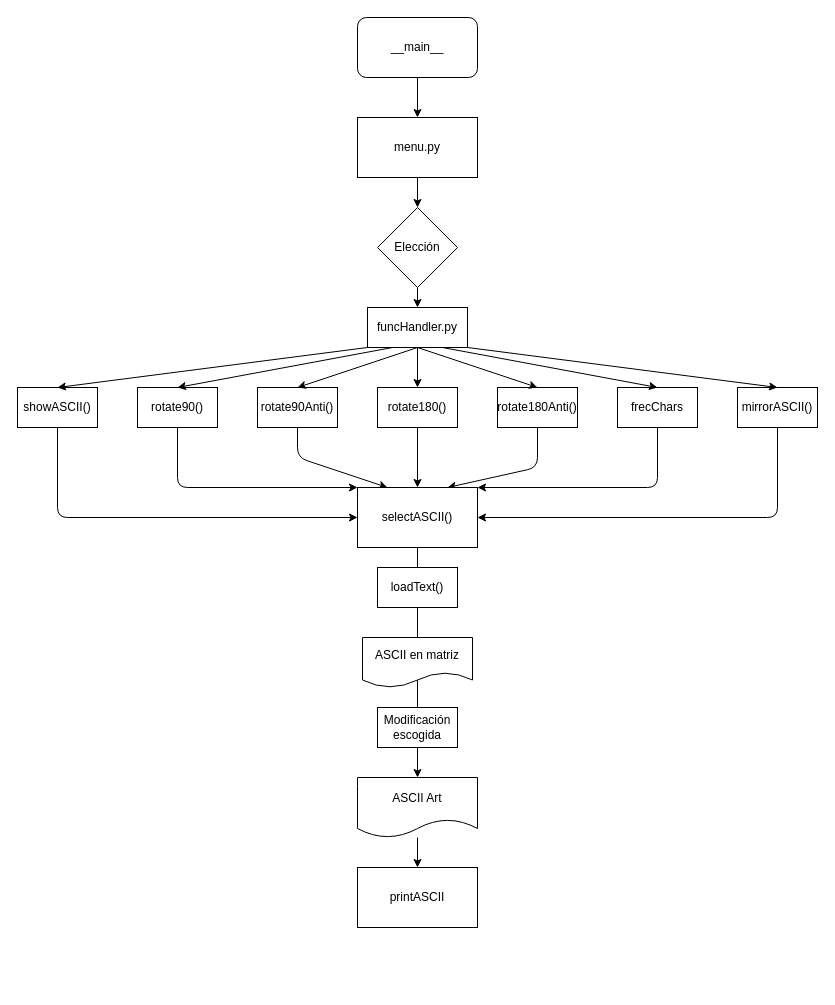
The draw.io diagram diagram.drawio in Adrian-Cespedes/PROG-4.02---Proyecto-1-G4, before the edit. Source tidied: cells renumbered, new cells numbered last; positions are measured from the earlier drawing's top-left corner, leaving out a move shared by most shapes. Both pictures are drawn from the tidied source at 100%, with x=0, y=0 at pixel (17, 17).
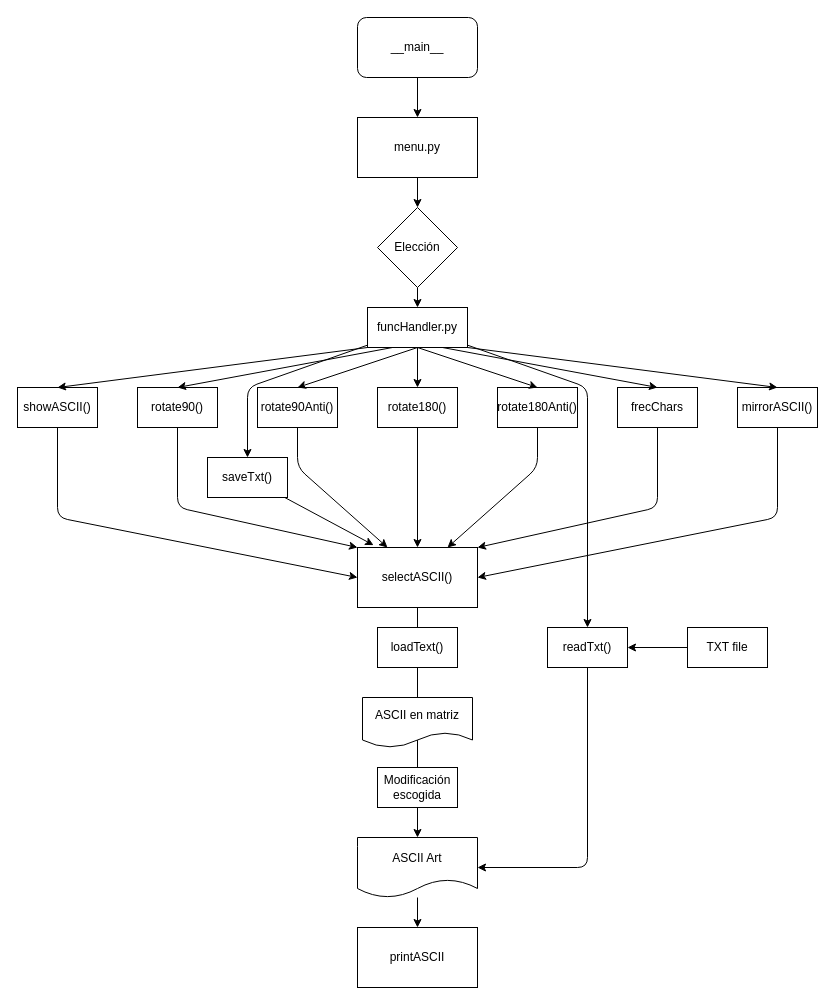
After the change.

Unchanged cells that the change refers to:
```xml
<mxCell id="11" value="rotate90()" style="rounded=0;whiteSpace=wrap;html=1;" parent="1" vertex="1">
  <mxGeometry x="120" y="370" width="80" height="40" as="geometry" />
</mxCell>
<mxCell id="13" value="rotate90Anti()" style="rounded=0;whiteSpace=wrap;html=1;" parent="1" vertex="1">
  <mxGeometry x="240" y="370" width="80" height="40" as="geometry" />
</mxCell>
<mxCell id="17" value="frecChars" style="rounded=0;whiteSpace=wrap;html=1;" parent="1" vertex="1">
  <mxGeometry x="600" y="370" width="80" height="40" as="geometry" />
</mxCell>
<mxCell id="29" value="funcHandler.py" style="rounded=0;whiteSpace=wrap;html=1;" parent="1" vertex="1">
  <mxGeometry x="350" y="290" width="100" height="40" as="geometry" />
</mxCell>
```

Diff of the diagram source:
```diff
@@
     <mxCell id="10" style="edgeStyle=none;html=1;entryX=0;entryY=0;entryDx=0;entryDy=0;" parent="1" edge="1" source="11" target="31">
       <mxGeometry relative="1" as="geometry">
         <Array as="points">
-          <mxPoint x="160" y="470" />
+          <mxPoint x="160" y="490" />
         </Array>
       </mxGeometry>
     </mxCell>
@@
     <mxCell id="12" style="edgeStyle=none;html=1;entryX=0.25;entryY=0;entryDx=0;entryDy=0;" parent="1" edge="1" source="13" target="31">
       <mxGeometry relative="1" as="geometry">
         <Array as="points">
-          <mxPoint x="280" y="440" />
+          <mxPoint x="280" y="450" />
         </Array>
       </mxGeometry>
     </mxCell>
@@
     <mxCell id="16" style="edgeStyle=none;html=1;entryX=1;entryY=0;entryDx=0;entryDy=0;" parent="1" edge="1" source="17" target="31">
       <mxGeometry relative="1" as="geometry">
         <Array as="points">
-          <mxPoint x="640" y="470" />
+          <mxPoint x="640" y="490" />
         </Array>
       </mxGeometry>
     </mxCell>
@@
+    <mxCell id="39" style="edgeStyle=none;html=1;entryX=0.5;entryY=0;entryDx=0;entryDy=0;" parent="1" edge="1" source="29" target="42">
+      <mxGeometry relative="1" as="geometry">
+        <Array as="points">
+          <mxPoint x="230" y="370" />
+        </Array>
+      </mxGeometry>
+    </mxCell>
+    <mxCell id="40" style="edgeStyle=none;html=1;entryX=0.5;entryY=0;entryDx=0;entryDy=0;" parent="1" edge="1" source="29" target="44">
+      <mxGeometry relative="1" as="geometry">
+        <Array as="points">
+          <mxPoint x="570" y="370" />
+        </Array>
+      </mxGeometry>
+    </mxCell>
@@
     <mxCell id="31" value="selectASCII()" style="rounded=0;whiteSpace=wrap;html=1;" parent="1" vertex="1">
-      <mxGeometry x="340" y="470" width="120" height="60" as="geometry" />
+      <mxGeometry x="340" y="530" width="120" height="60" as="geometry" />
     </mxCell>
@@
     <mxCell id="33" value="ASCII Art" style="shape=document;whiteSpace=wrap;html=1;boundedLbl=1;" parent="1" vertex="1">
-      <mxGeometry x="340" y="760" width="120" height="60" as="geometry" />
+      <mxGeometry x="340" y="820" width="120" height="60" as="geometry" />
     </mxCell>
     <mxCell id="34" value="Modificación escogida" style="rounded=0;whiteSpace=wrap;html=1;" parent="1" vertex="1">
-      <mxGeometry x="360" y="690" width="80" height="40" as="geometry" />
+      <mxGeometry x="360" y="750" width="80" height="40" as="geometry" />
     </mxCell>
     <mxCell id="35" value="printASCII" style="rounded=0;whiteSpace=wrap;html=1;" parent="1" vertex="1">
-      <mxGeometry x="340" y="850" width="120" height="60" as="geometry" />
+      <mxGeometry x="340" y="910" width="120" height="60" as="geometry" />
     </mxCell>
     <mxCell id="36" value="loadText()" style="rounded=0;whiteSpace=wrap;html=1;" parent="1" vertex="1">
-      <mxGeometry x="360" y="550" width="80" height="40" as="geometry" />
+      <mxGeometry x="360" y="610" width="80" height="40" as="geometry" />
     </mxCell>
@@
     <mxCell id="38" value="ASCII en matriz" style="shape=document;whiteSpace=wrap;html=1;boundedLbl=1;" parent="1" vertex="1">
-      <mxGeometry x="345" y="620" width="110" height="50" as="geometry" />
+      <mxGeometry x="345" y="680" width="110" height="50" as="geometry" />
     </mxCell>
+    <mxCell id="41" style="edgeStyle=none;html=1;entryX=0.134;entryY=-0.039;entryDx=0;entryDy=0;entryPerimeter=0;" parent="1" edge="1" source="42" target="31">
+      <mxGeometry relative="1" as="geometry" />
+    </mxCell>
+    <mxCell id="42" value="saveTxt()" style="rounded=0;whiteSpace=wrap;html=1;" parent="1" vertex="1">
+      <mxGeometry x="190" y="440" width="80" height="40" as="geometry" />
+    </mxCell>
+    <mxCell id="43" style="edgeStyle=none;html=1;entryX=1;entryY=0.5;entryDx=0;entryDy=0;" parent="1" edge="1" source="44" target="33">
+      <mxGeometry relative="1" as="geometry">
+        <Array as="points">
+          <mxPoint x="570" y="850" />
+        </Array>
+      </mxGeometry>
+    </mxCell>
+    <mxCell id="44" value="readTxt()" style="rounded=0;whiteSpace=wrap;html=1;" parent="1" vertex="1">
+      <mxGeometry x="530" y="610" width="80" height="40" as="geometry" />
+    </mxCell>
+    <mxCell id="45" style="edgeStyle=none;html=1;entryX=1;entryY=0.5;entryDx=0;entryDy=0;" parent="1" edge="1" source="46" target="44">
+      <mxGeometry relative="1" as="geometry" />
+    </mxCell>
+    <mxCell id="46" value="TXT file" style="rounded=0;whiteSpace=wrap;html=1;" parent="1" vertex="1">
+      <mxGeometry x="670" y="610" width="80" height="40" as="geometry" />
+    </mxCell>
```
